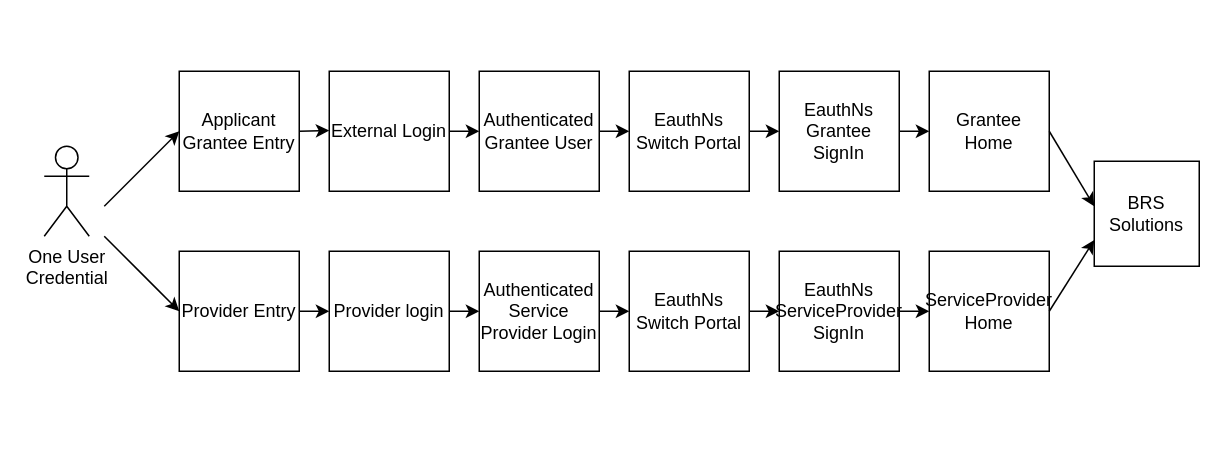
mkarumuri/icab keeps this draw.io diagram as Untitled Diagram.drawio. Above is the earlier version. Source tidied: cells renumbered, new cells numbered last; positions are measured from the earlier drawing's top-left corner, leaving out a move shared by most shapes. Both pictures are drawn from the tidied source at 150%, with x=0, y=0 at pixel (44, 70).
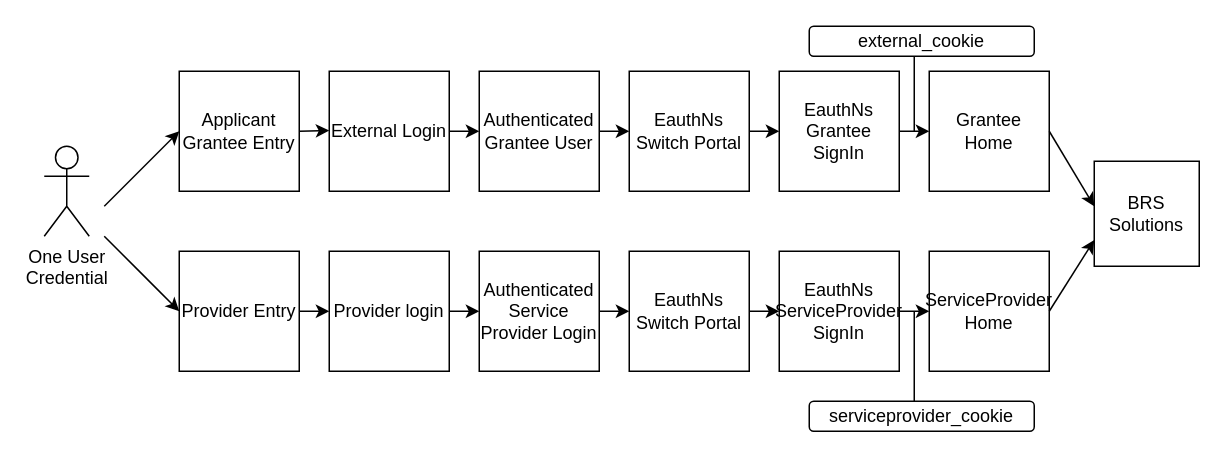
The same page after the edit.

The edit, as a diff of the source:
```diff
@@
+    <mxCell id="30" value="external_cookie" style="rounded=1;whiteSpace=wrap;html=1;" parent="1" vertex="1">
+      <mxGeometry x="510" y="-30" width="150" height="20" as="geometry" />
+    </mxCell>
+    <mxCell id="31" value="serviceprovider_cookie" style="rounded=1;whiteSpace=wrap;html=1;" parent="1" vertex="1">
+      <mxGeometry x="510" y="220" width="150" height="20" as="geometry" />
+    </mxCell>
+    <mxCell id="32" style="endArrow=none;html=1;" parent="1" edge="1">
+      <mxGeometry relative="1" as="geometry">
+        <mxPoint x="580" y="40" as="sourcePoint" />
+        <mxPoint x="580" y="-10" as="targetPoint" />
+      </mxGeometry>
+    </mxCell>
+    <mxCell id="33" style="endArrow=none;html=1;" parent="1" edge="1">
+      <mxGeometry relative="1" as="geometry">
+        <mxPoint x="580" y="220" as="sourcePoint" />
+        <mxPoint x="580" y="160" as="targetPoint" />
+      </mxGeometry>
+    </mxCell>
```
